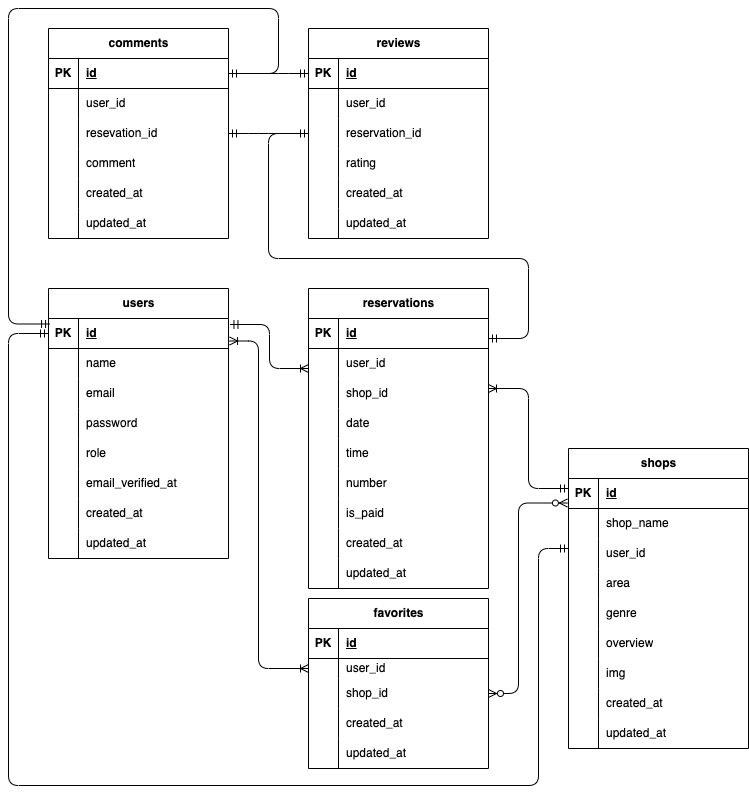
This is er.drawio.png from youhonami/Rese, a draw.io export, as it was before one commit. Source tidied: cells renumbered, new cells last; positions are measured from the earlier drawing's top-left corner, leaving out a move shared by most shapes.
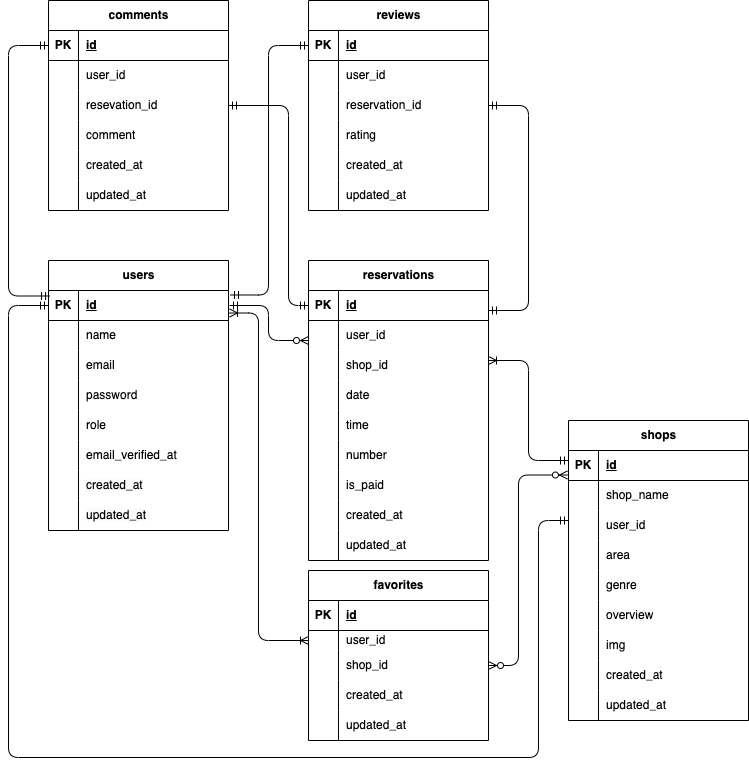
The same diagram one commit later.

What changed in the source:
```diff
@@ -209,9 +209,13 @@
     <mxCell id="70" value="&lt;span style=&quot;color: rgb(0, 0, 0);&quot;&gt;updated_at&lt;/span&gt;" style="shape=partialRectangle;fillColor=none;top=0;left=0;bottom=0;right=0;align=left;spacingLeft=6;overflow=hidden;whiteSpace=wrap;html=1;" parent="68" vertex="1">
       <mxGeometry x="30" width="150" height="30" as="geometry" />
     </mxCell>
-    <mxCell id="71" style="fontSize=12;html=1;endArrow=ERoneToMany;startArrow=ERmandOne;exitX=1.008;exitY=0.2;exitDx=0;exitDy=0;rounded=1;edgeStyle=elbowEdgeStyle;exitPerimeter=0;" parent="1" edge="1" source="3">
+    <mxCell id="71" style="fontSize=12;html=1;endArrow=ERzeroToMany;startArrow=ERmandOne;rounded=1;edgeStyle=elbowEdgeStyle;endFill=0;" parent="1" edge="1">
       <mxGeometry relative="1" as="geometry">
+        <mxPoint x="221" y="325" as="sourcePoint" />
         <mxPoint x="300" y="360" as="targetPoint" />
+        <Array as="points">
+          <mxPoint x="260" y="340" />
+        </Array>
       </mxGeometry>
     </mxCell>
     <mxCell id="72" style="fontSize=12;html=1;endArrow=ERoneToMany;startArrow=ERmandOne;entryX=1;entryY=0.5;entryDx=0;entryDy=0;edgeStyle=elbowEdgeStyle;exitX=0;exitY=0.5;exitDx=0;exitDy=0;" parent="1" edge="1">
@@ -418,39 +422,34 @@
     <mxCell id="138" value="&lt;span style=&quot;color: rgb(0, 0, 0);&quot;&gt;updated_at&lt;/span&gt;" style="shape=partialRectangle;fillColor=none;top=0;left=0;bottom=0;right=0;align=left;spacingLeft=6;overflow=hidden;whiteSpace=wrap;html=1;" parent="136" vertex="1">
       <mxGeometry x="30" width="150" height="30" as="geometry" />
     </mxCell>
-    <mxCell id="139" style="edgeStyle=orthogonalEdgeStyle;fontSize=12;html=1;endArrow=ERmandOne;startArrow=ERmandOne;entryX=0;entryY=0.5;entryDx=0;entryDy=0;exitX=1;exitY=0.5;exitDx=0;exitDy=0;" parent="1" edge="1" target="80">
+    <mxCell id="139" style="edgeStyle=orthogonalEdgeStyle;fontSize=12;html=1;endArrow=ERmandOne;startArrow=ERmandOne;exitX=1;exitY=0.5;exitDx=0;exitDy=0;entryX=1;entryY=0.5;entryDx=0;entryDy=0;" parent="1" edge="1" target="80">
       <mxGeometry relative="1" as="geometry">
         <mxPoint x="480" y="330" as="sourcePoint" />
         <Array as="points">
           <mxPoint x="520" y="330" />
-          <mxPoint x="520" y="250" />
-          <mxPoint x="260" y="250" />
-          <mxPoint x="260" y="125" />
+          <mxPoint x="520" y="125" />
         </Array>
       </mxGeometry>
     </mxCell>
-    <mxCell id="140" style="edgeStyle=entityRelationEdgeStyle;fontSize=12;html=1;endArrow=none;startArrow=ERmandOne;exitX=1;exitY=0.5;exitDx=0;exitDy=0;endFill=0;" parent="1" edge="1" source="99">
+    <mxCell id="140" style="edgeStyle=orthogonalEdgeStyle;fontSize=12;html=1;endArrow=ERmandOne;startArrow=ERmandOne;exitX=1;exitY=0.5;exitDx=0;exitDy=0;endFill=0;entryX=0;entryY=0.5;entryDx=0;entryDy=0;startFill=0;" parent="1" edge="1" source="99" target="44">
       <mxGeometry relative="1" as="geometry">
-        <mxPoint x="280" y="125" as="targetPoint" />
+        <Array as="points">
+          <mxPoint x="280" y="125" />
+          <mxPoint x="280" y="325" />
+        </Array>
       </mxGeometry>
     </mxCell>
-    <mxCell id="141" style="edgeStyle=orthogonalEdgeStyle;fontSize=12;html=1;endArrow=ERmandOne;startArrow=ERmandOne;entryX=0.006;entryY=0.183;entryDx=0;entryDy=0;exitX=1;exitY=0.5;exitDx=0;exitDy=0;entryPerimeter=0;" parent="1" edge="1" source="93" target="3">
+    <mxCell id="141" style="edgeStyle=orthogonalEdgeStyle;fontSize=12;html=1;endArrow=ERmandOne;startArrow=ERmandOne;entryX=0.006;entryY=0.183;entryDx=0;entryDy=0;entryPerimeter=0;" parent="1" edge="1" target="3">
       <mxGeometry relative="1" as="geometry">
+        <mxPoint x="40" y="65" as="sourcePoint" />
         <Array as="points">
-          <mxPoint x="270" y="65" />
-          <mxPoint x="270" />
-          <mxPoint />
+          <mxPoint y="65" />
           <mxPoint y="316" />
         </Array>
       </mxGeometry>
     </mxCell>
-    <mxCell id="142" style="edgeStyle=entityRelationEdgeStyle;fontSize=12;html=1;endArrow=ERmandOne;entryX=0;entryY=0.5;entryDx=0;entryDy=0;" parent="1" edge="1" target="74">
-      <mxGeometry relative="1" as="geometry">
-        <mxPoint x="250" y="65" as="sourcePoint" />
-        <Array as="points">
-          <mxPoint x="300" y="65" />
-        </Array>
-      </mxGeometry>
+    <mxCell id="142" style="edgeStyle=orthogonalEdgeStyle;fontSize=12;html=1;endArrow=ERmandOne;entryX=0;entryY=0.5;entryDx=0;entryDy=0;exitX=1.011;exitY=0.15;exitDx=0;exitDy=0;exitPerimeter=0;startArrow=ERmandOne;startFill=0;" parent="1" edge="1" source="3" target="74">
+      <mxGeometry relative="1" as="geometry" />
     </mxCell>
     <mxCell id="143" style="edgeStyle=orthogonalEdgeStyle;fontSize=12;html=1;endArrow=ERmandOne;startArrow=ERmandOne;exitX=0;exitY=0.5;exitDx=0;exitDy=0;" parent="1" edge="1" source="3">
       <mxGeometry relative="1" as="geometry">
```
